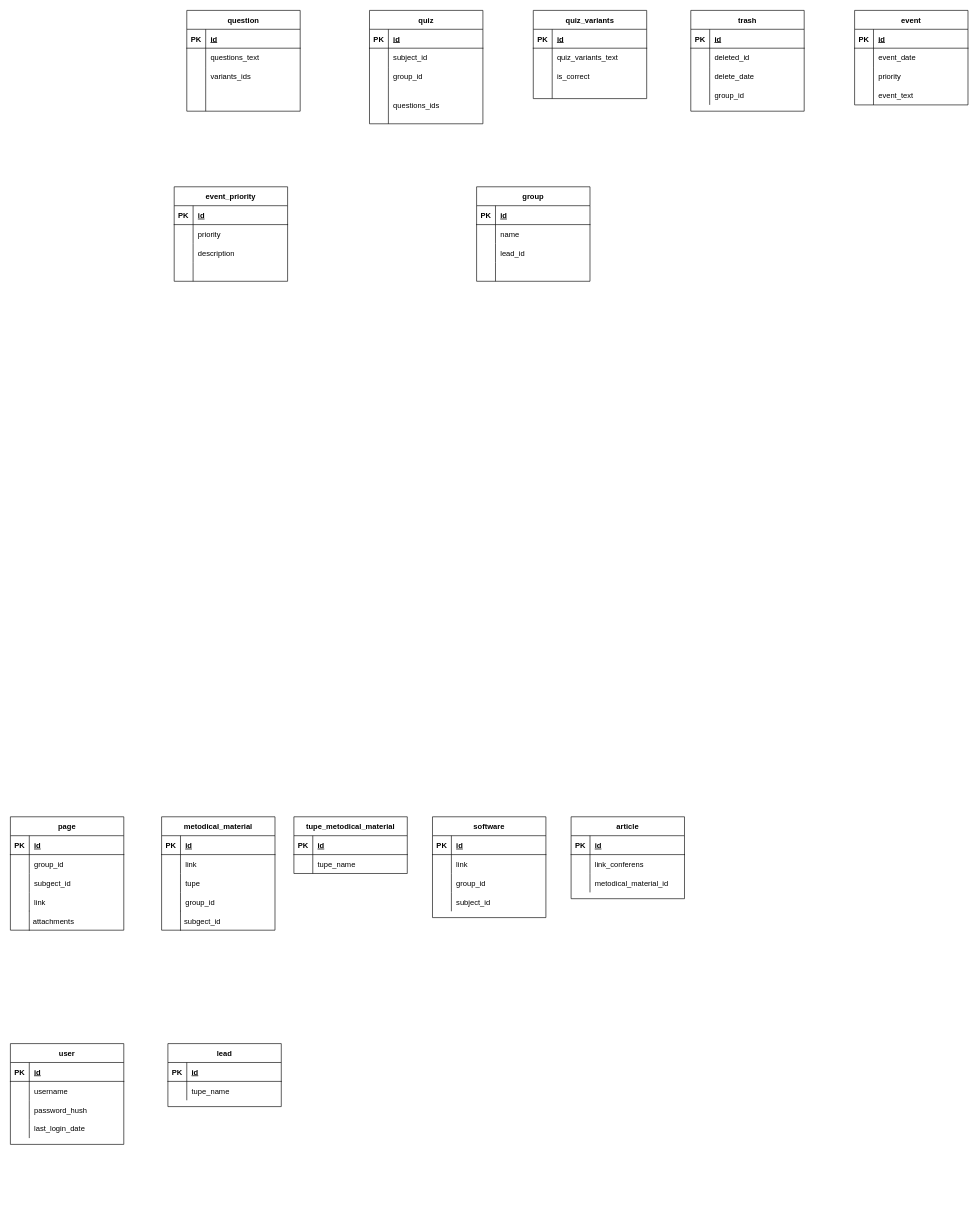
Before: Untitled Diagram.drawio in student-archive/backend, a draw.io diagram. Source tidied: cells renumbered, new cells numbered last; positions are measured from the earlier drawing's top-left corner, leaving out a move shared by most shapes. Both pictures are drawn from the tidied source at 63%, with x=0, y=0 at pixel (10, 10).
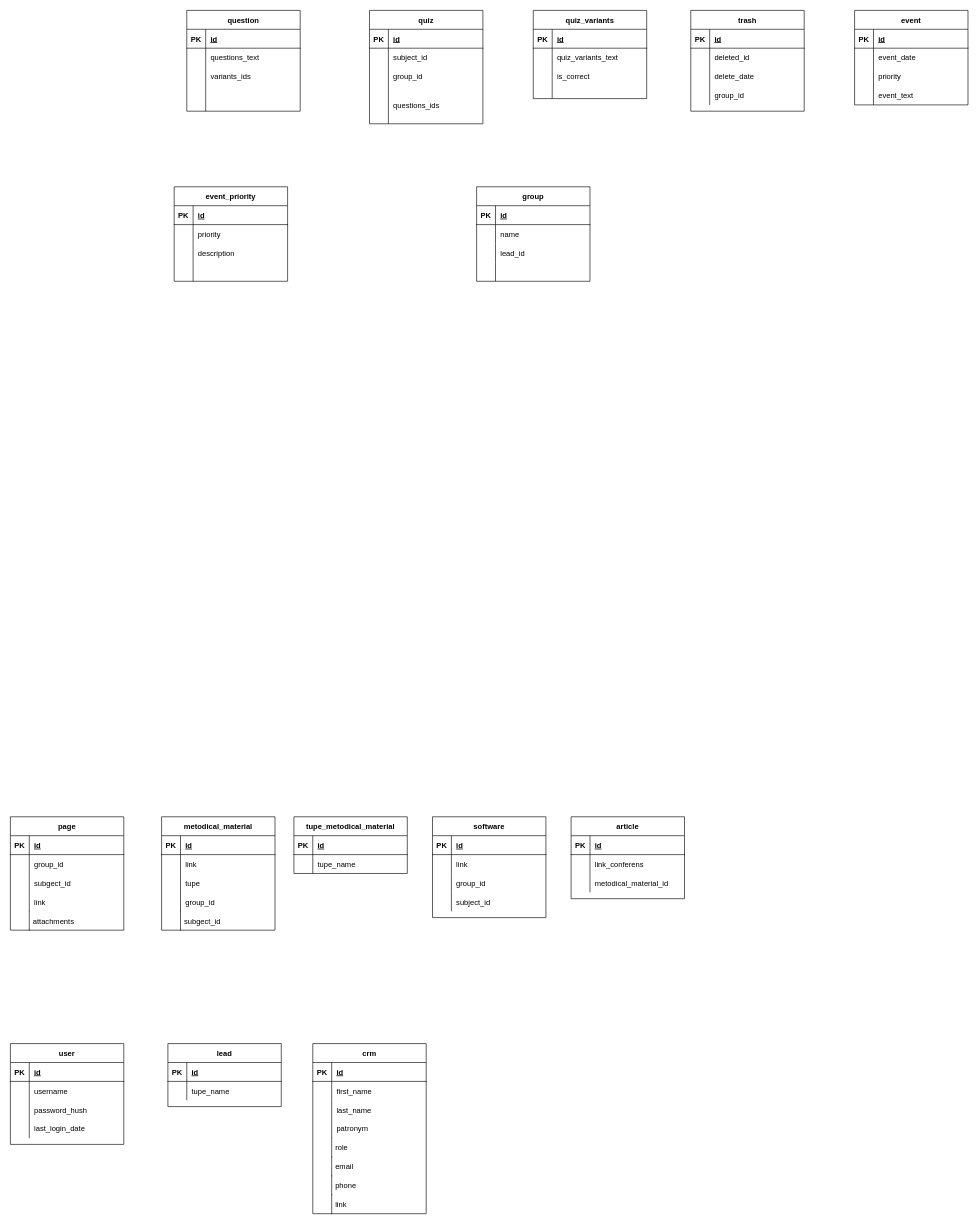
After the change.

Commit message:
feat(databases): add crm tables

What changed in the source:
```diff
@@
+    <mxCell id="173" value="crm" style="shape=table;startSize=30;childLayout=tableLayout;rowLines=0;fontStyle=1;align=center;" parent="1" vertex="1">
+      <mxGeometry x="480" y="1640" width="180" height="270" as="geometry" />
+    </mxCell>
+    <mxCell id="174" style="shape=tableRow;horizontal=0;startSize=0;swimlaneHead=0;swimlaneBody=0;fillColor=none;top=0;left=0;right=0;bottom=1;" parent="173" vertex="1">
+      <mxGeometry y="30" width="180" height="30" as="geometry" />
+    </mxCell>
+    <mxCell id="175" value="PK" style="shape=partialRectangle;fillColor=none;top=0;left=0;bottom=0;right=0;fontStyle=1;overflow=hidden;" parent="174" vertex="1">
+      <mxGeometry width="30" height="30" as="geometry" />
+    </mxCell>
+    <mxCell id="176" value="id" style="shape=partialRectangle;fillColor=none;top=0;left=0;bottom=0;right=0;align=left;spacingLeft=6;fontStyle=5;overflow=hidden;" parent="174" vertex="1">
+      <mxGeometry x="30" width="150" height="30" as="geometry" />
+    </mxCell>
+    <mxCell id="177" style="shape=tableRow;horizontal=0;startSize=0;swimlaneHead=0;swimlaneBody=0;fillColor=none;top=0;left=0;right=0;bottom=0;" parent="173" vertex="1">
+      <mxGeometry y="60" width="180" height="30" as="geometry" />
+    </mxCell>
+    <mxCell id="178" style="shape=partialRectangle;fillColor=none;top=0;left=0;bottom=0;right=0;overflow=hidden;" parent="177" vertex="1">
+      <mxGeometry width="30" height="30" as="geometry" />
+    </mxCell>
+    <mxCell id="179" value="first_name" style="shape=partialRectangle;fillColor=none;top=0;left=0;bottom=0;right=0;align=left;spacingLeft=6;overflow=hidden;" parent="177" vertex="1">
+      <mxGeometry x="30" width="150" height="30" as="geometry" />
+    </mxCell>
+    <mxCell id="180" style="shape=tableRow;horizontal=0;startSize=0;swimlaneHead=0;swimlaneBody=0;fillColor=none;top=0;left=0;right=0;bottom=0;" parent="173" vertex="1">
+      <mxGeometry y="90" width="180" height="30" as="geometry" />
+    </mxCell>
+    <mxCell id="181" style="shape=partialRectangle;fillColor=none;top=0;left=0;bottom=0;right=0;overflow=hidden;" parent="180" vertex="1">
+      <mxGeometry width="30" height="30" as="geometry" />
+    </mxCell>
+    <mxCell id="182" value="last_name" style="shape=partialRectangle;fillColor=none;top=0;left=0;bottom=0;right=0;align=left;spacingLeft=6;overflow=hidden;" parent="180" vertex="1">
+      <mxGeometry x="30" width="150" height="30" as="geometry" />
+    </mxCell>
+    <mxCell id="183" style="shape=tableRow;horizontal=0;startSize=0;swimlaneHead=0;swimlaneBody=0;fillColor=none;top=0;left=0;right=0;bottom=0;" parent="173" vertex="1">
+      <mxGeometry y="120" width="180" height="30" as="geometry" />
+    </mxCell>
+    <mxCell id="184" style="shape=partialRectangle;fillColor=none;top=0;left=0;bottom=0;right=0;overflow=hidden;" parent="183" vertex="1">
+      <mxGeometry width="30" height="30" as="geometry" />
+    </mxCell>
+    <mxCell id="185" value="patronym" style="shape=partialRectangle;fillColor=none;top=0;left=0;bottom=0;right=0;align=left;spacingLeft=6;overflow=hidden;" parent="183" vertex="1">
+      <mxGeometry x="30" width="150" height="30" as="geometry" />
+    </mxCell>
@@
+    <mxCell id="186" value="role" style="shape=partialRectangle;fillColor=none;align=left;verticalAlign=middle;strokeColor=none;spacingLeft=34;" parent="1" vertex="1">
+      <mxGeometry x="480" y="1790" width="90" height="30" as="geometry" />
+    </mxCell>
+    <mxCell id="187" style="shape=partialRectangle;top=0;left=0;bottom=0;fillColor=none;stokeWidth=1;align=left;verticalAlign=middle;spacingLeft=4;spacingRight=4;overflow=hidden;" parent="186" vertex="1">
+      <mxGeometry width="30" height="30" as="geometry" />
+    </mxCell>
+    <mxCell id="188" value="email" style="shape=partialRectangle;fillColor=none;align=left;verticalAlign=middle;strokeColor=none;spacingLeft=34;" parent="1" vertex="1">
+      <mxGeometry x="480" y="1820" width="90" height="30" as="geometry" />
+    </mxCell>
+    <mxCell id="189" style="shape=partialRectangle;top=0;left=0;bottom=0;fillColor=none;stokeWidth=1;align=left;verticalAlign=middle;spacingLeft=4;spacingRight=4;overflow=hidden;" parent="188" vertex="1">
+      <mxGeometry width="30" height="30" as="geometry" />
+    </mxCell>
+    <mxCell id="190" value="phone" style="shape=partialRectangle;fillColor=none;align=left;verticalAlign=middle;strokeColor=none;spacingLeft=34;" parent="1" vertex="1">
+      <mxGeometry x="480" y="1850" width="90" height="30" as="geometry" />
+    </mxCell>
+    <mxCell id="191" style="shape=partialRectangle;top=0;left=0;bottom=0;fillColor=none;stokeWidth=1;align=left;verticalAlign=middle;spacingLeft=4;spacingRight=4;overflow=hidden;" parent="190" vertex="1">
+      <mxGeometry width="30" height="30" as="geometry" />
+    </mxCell>
+    <mxCell id="192" value="link" style="shape=partialRectangle;fillColor=none;align=left;verticalAlign=middle;strokeColor=none;spacingLeft=34;" parent="1" vertex="1">
+      <mxGeometry x="480" y="1880" width="90" height="30" as="geometry" />
+    </mxCell>
+    <mxCell id="193" style="shape=partialRectangle;top=0;left=0;bottom=0;fillColor=none;stokeWidth=1;align=left;verticalAlign=middle;spacingLeft=4;spacingRight=4;overflow=hidden;" parent="192" vertex="1">
+      <mxGeometry width="30" height="30" as="geometry" />
+    </mxCell>
```
